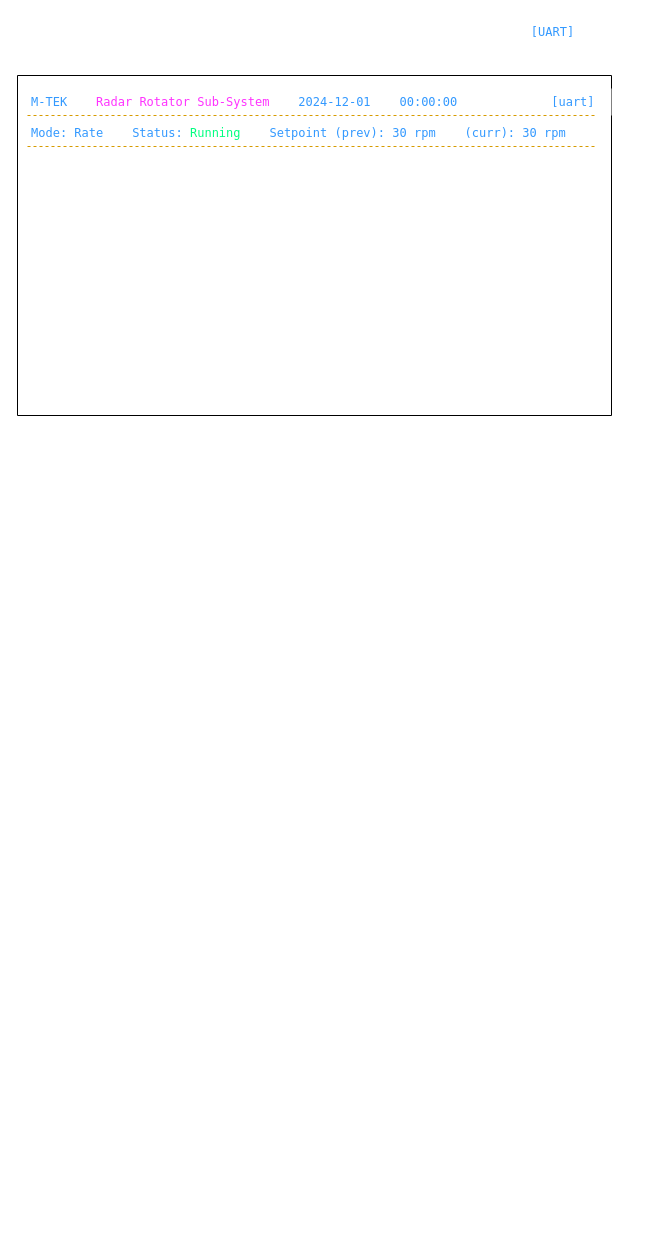
robertholm73/software_design keeps this draw.io diagram as rcu_sw/ui-designs/uart-ui.drawio. Above is the earlier version. Source tidied: cells renumbered, new cells numbered last; positions are measured from the earlier drawing's top-left corner, leaving out a move shared by most shapes. Both pictures are drawn from the tidied source at 100%, with x=0, y=0 at pixel (17, 17).
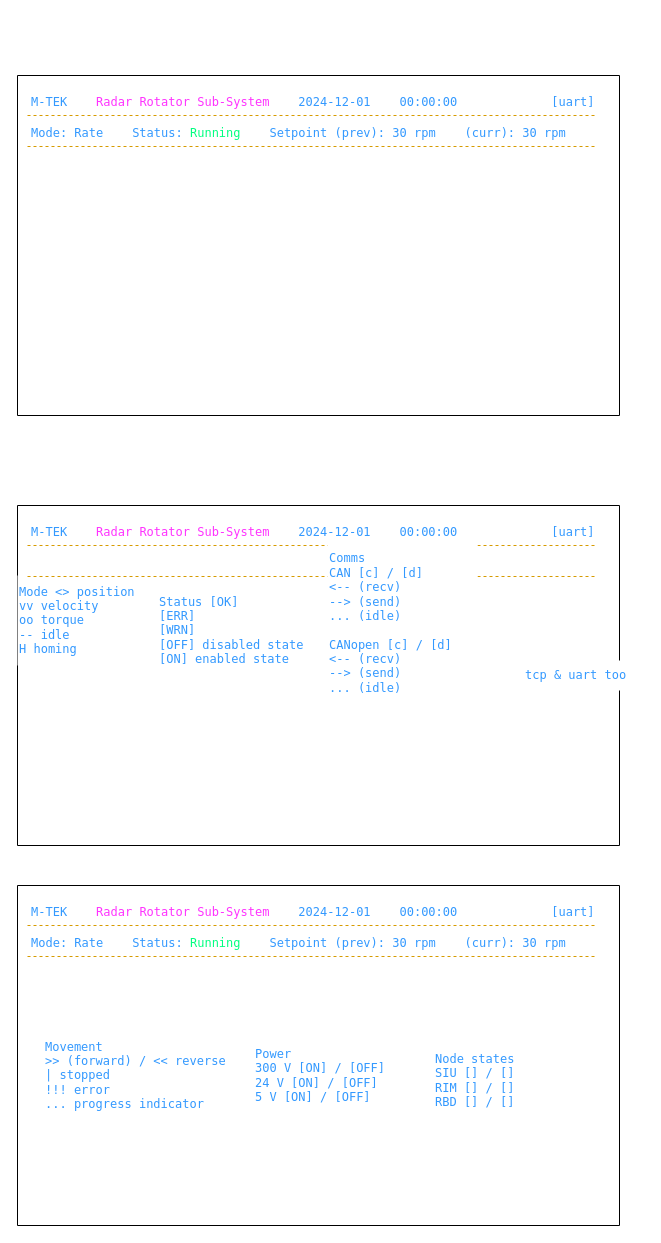
The same diagram, later.

The edit, as a diff of the source:
```diff
@@
     <mxCell id="2" style="swimlane;startSize=0;" parent="1" vertex="1">
-      <mxGeometry y="58" width="594" height="340" as="geometry" />
+      <mxGeometry y="58" width="602" height="340" as="geometry" />
     </mxCell>
@@
-    <mxCell id="5" value="&lt;font color=&quot;#3399ff&quot; face=&quot;Lucida Console&quot;&gt;Mode: Rate&amp;nbsp; &amp;nbsp; Status:&amp;nbsp;&lt;/font&gt;&lt;font color=&quot;#00ff80&quot; face=&quot;Lucida Console&quot;&gt;Running&amp;nbsp; &amp;nbsp; &lt;/font&gt;&lt;span style=&quot;color: rgb(51, 153, 255); font-family: &amp;quot;Lucida Console&amp;quot;;&quot;&gt;Setpoint (prev): 30 rpm&amp;nbsp; &amp;nbsp; (curr): 30 rpm&lt;/span&gt;&lt;font color=&quot;#ff33ff&quot; face=&quot;Lucida Console&quot;&gt;&amp;nbsp;&amp;nbsp;&lt;/font&gt;" style="text;html=1;align=left;verticalAlign=middle;strokeColor=none;fillColor=default;" parent="2" vertex="1">
-      <mxGeometry x="12" y="44" width="568" height="27" as="geometry" />
+    <mxCell id="5" value="&lt;font color=&quot;#3399ff&quot; face=&quot;Lucida Console&quot;&gt;Mode: Rate&amp;nbsp; &amp;nbsp; Status:&amp;nbsp;&lt;/font&gt;&lt;font color=&quot;#00ff80&quot; face=&quot;Lucida Console&quot;&gt;Running&amp;nbsp; &amp;nbsp; &lt;/font&gt;&lt;span style=&quot;color: rgb(51, 153, 255); font-family: &amp;quot;Lucida Console&amp;quot;;&quot;&gt;Setpoint (prev): 30 rpm&amp;nbsp; &amp;nbsp; (curr): 30 rpm&lt;/span&gt;&lt;font color=&quot;#ff33ff&quot; face=&quot;Lucida Console&quot;&gt;&amp;nbsp;&lt;/font&gt;" style="text;html=1;align=left;verticalAlign=middle;strokeColor=none;fillColor=default;" parent="2" vertex="1">
+      <mxGeometry x="12" y="43" width="570" height="30" as="geometry" />
     </mxCell>
@@
-    <mxCell id="7" value="&lt;font color=&quot;#3399ff&quot; face=&quot;Lucida Console&quot;&gt;[UART]&lt;/font&gt;" style="text;html=1;align=center;verticalAlign=middle;strokeColor=none;fillColor=default;" parent="1" vertex="1">
-      <mxGeometry x="500" width="70" height="30" as="geometry" />
-    </mxCell>
+    <mxCell id="8" style="swimlane;startSize=0;" parent="1" vertex="1">
+      <mxGeometry y="488" width="602" height="340" as="geometry" />
+    </mxCell>
+    <mxCell id="9" value="&lt;font color=&quot;#3399ff&quot; face=&quot;Lucida Console&quot;&gt;M-TEK&amp;nbsp; &amp;nbsp; &lt;/font&gt;&lt;font color=&quot;#ff33ff&quot; face=&quot;Lucida Console&quot;&gt;Radar Rotator Sub-System&amp;nbsp; &amp;nbsp;&amp;nbsp;&lt;/font&gt;&lt;span style=&quot;color: rgb(51, 153, 255); font-family: &amp;quot;Lucida Console&amp;quot;;&quot;&gt;2024-12-01&amp;nbsp; &amp;nbsp; 00:00:00&lt;/span&gt;&lt;font color=&quot;#ff33ff&quot; face=&quot;Lucida Console&quot;&gt;&amp;nbsp; &amp;nbsp; &amp;nbsp; &amp;nbsp; &amp;nbsp; &amp;nbsp; &amp;nbsp;&lt;/font&gt;&lt;span style=&quot;color: rgb(51, 153, 255); font-family: &amp;quot;Lucida Console&amp;quot;;&quot;&gt;[uart]&lt;/span&gt;" style="text;html=1;align=left;verticalAlign=middle;strokeColor=none;fillColor=default;" parent="8" vertex="1">
+      <mxGeometry x="12" y="13" width="582" height="27" as="geometry" />
+    </mxCell>
+    <mxCell id="10" style="endArrow=none;dashed=1;html=1;rounded=0;strokeColor=#d79b00;fillColor=#ffe6cc;" parent="8" edge="1">
+      <mxGeometry relative="1" as="geometry">
+        <mxPoint x="10" y="40" as="sourcePoint" />
+        <mxPoint x="580" y="40" as="targetPoint" />
+      </mxGeometry>
+    </mxCell>
+    <mxCell id="11" value="&lt;font color=&quot;#3399ff&quot; face=&quot;Lucida Console&quot;&gt;Mode &amp;lt;&amp;gt; position&lt;/font&gt;&lt;div&gt;&lt;font color=&quot;#3399ff&quot; face=&quot;Lucida Console&quot;&gt;vv velocity&lt;/font&gt;&lt;/div&gt;&lt;div&gt;&lt;font color=&quot;#3399ff&quot; face=&quot;Lucida Console&quot;&gt;oo torque&lt;/font&gt;&lt;/div&gt;&lt;div&gt;&lt;font color=&quot;#3399ff&quot; face=&quot;Lucida Console&quot;&gt;-- idle&lt;/font&gt;&lt;/div&gt;&lt;div&gt;&lt;font color=&quot;#3399ff&quot; face=&quot;Lucida Console&quot;&gt;H homing&lt;/font&gt;&lt;/div&gt;" style="text;html=1;align=left;verticalAlign=middle;strokeColor=none;fillColor=default;" parent="8" vertex="1">
+      <mxGeometry y="70" width="140" height="90" as="geometry" />
+    </mxCell>
+    <mxCell id="12" style="endArrow=none;dashed=1;html=1;rounded=0;strokeColor=#d79b00;fillColor=#ffe6cc;" parent="8" edge="1">
+      <mxGeometry relative="1" as="geometry">
+        <mxPoint x="10" y="71" as="sourcePoint" />
+        <mxPoint x="580" y="71" as="targetPoint" />
+      </mxGeometry>
+    </mxCell>
+    <mxCell id="13" value="&lt;font color=&quot;#3399ff&quot; face=&quot;Lucida Console&quot;&gt;Status [OK]&amp;nbsp;&lt;/font&gt;&lt;div&gt;&lt;font color=&quot;#3399ff&quot; face=&quot;Lucida Console&quot;&gt;[ERR]&amp;nbsp;&lt;/font&gt;&lt;/div&gt;&lt;div&gt;&lt;font color=&quot;#3399ff&quot; face=&quot;Lucida Console&quot;&gt;[WRN]&lt;/font&gt;&lt;/div&gt;&lt;div&gt;&lt;font color=&quot;#3399ff&quot; face=&quot;Lucida Console&quot;&gt;[OFF] disabled state&lt;/font&gt;&lt;/div&gt;&lt;div&gt;&lt;font color=&quot;#3399ff&quot; face=&quot;Lucida Console&quot;&gt;[ON] enabled state&lt;/font&gt;&lt;/div&gt;" style="text;html=1;align=left;verticalAlign=middle;strokeColor=none;fillColor=default;" parent="8" vertex="1">
+      <mxGeometry x="140" y="80" width="170" height="90" as="geometry" />
+    </mxCell>
+    <mxCell id="14" value="&lt;font color=&quot;#3399ff&quot; face=&quot;Lucida Console&quot;&gt;Comms&amp;nbsp;&amp;nbsp;&lt;/font&gt;&lt;div&gt;&lt;font color=&quot;#3399ff&quot; face=&quot;Lucida Console&quot;&gt;CAN [c] / [d]&amp;nbsp;&lt;/font&gt;&lt;/div&gt;&lt;div&gt;&lt;font color=&quot;#3399ff&quot; face=&quot;Lucida Console&quot;&gt;&amp;lt;-- (recv)&lt;/font&gt;&lt;/div&gt;&lt;div&gt;&lt;font color=&quot;#3399ff&quot; face=&quot;Lucida Console&quot;&gt;--&amp;gt; (send)&lt;/font&gt;&lt;/div&gt;&lt;div&gt;&lt;font color=&quot;#3399ff&quot; face=&quot;Lucida Console&quot;&gt;... (idle)&lt;/font&gt;&lt;/div&gt;&lt;div&gt;&lt;font color=&quot;#3399ff&quot; face=&quot;Lucida Console&quot;&gt;&lt;br&gt;&lt;/font&gt;&lt;/div&gt;&lt;div&gt;&lt;font color=&quot;#3399ff&quot; face=&quot;Lucida Console&quot;&gt;CANopen [c] / [d]&lt;/font&gt;&lt;/div&gt;&lt;div&gt;&lt;div&gt;&lt;font color=&quot;#3399ff&quot; face=&quot;Lucida Console&quot;&gt;&amp;lt;-- (recv)&lt;/font&gt;&lt;/div&gt;&lt;div&gt;&lt;font color=&quot;#3399ff&quot; face=&quot;Lucida Console&quot;&gt;--&amp;gt; (send)&lt;/font&gt;&lt;/div&gt;&lt;div&gt;&lt;font color=&quot;#3399ff&quot; face=&quot;Lucida Console&quot;&gt;... (idle)&lt;/font&gt;&lt;/div&gt;&lt;/div&gt;&lt;div&gt;&lt;font color=&quot;#3399ff&quot; face=&quot;Lucida Console&quot;&gt;&lt;br&gt;&lt;/font&gt;&lt;/div&gt;" style="text;html=1;align=left;verticalAlign=middle;strokeColor=none;fillColor=default;" parent="8" vertex="1">
+      <mxGeometry x="310" y="35" width="150" height="180" as="geometry" />
+    </mxCell>
+    <mxCell id="15" value="&lt;div&gt;&lt;font color=&quot;#3399ff&quot; face=&quot;Lucida Console&quot;&gt;tcp &amp;amp; uart too&lt;/font&gt;&lt;/div&gt;" style="text;html=1;align=left;verticalAlign=middle;strokeColor=none;fillColor=default;" parent="1" vertex="1">
+      <mxGeometry x="506" y="643" width="120" height="30" as="geometry" />
+    </mxCell>
+    <mxCell id="16" style="swimlane;startSize=0;" parent="1" vertex="1">
+      <mxGeometry y="868" width="602" height="340" as="geometry" />
+    </mxCell>
+    <mxCell id="17" value="&lt;font color=&quot;#3399ff&quot; face=&quot;Lucida Console&quot;&gt;M-TEK&amp;nbsp; &amp;nbsp; &lt;/font&gt;&lt;font color=&quot;#ff33ff&quot; face=&quot;Lucida Console&quot;&gt;Radar Rotator Sub-System&amp;nbsp; &amp;nbsp;&amp;nbsp;&lt;/font&gt;&lt;span style=&quot;color: rgb(51, 153, 255); font-family: &amp;quot;Lucida Console&amp;quot;;&quot;&gt;2024-12-01&amp;nbsp; &amp;nbsp; 00:00:00&lt;/span&gt;&lt;font color=&quot;#ff33ff&quot; face=&quot;Lucida Console&quot;&gt;&amp;nbsp; &amp;nbsp; &amp;nbsp; &amp;nbsp; &amp;nbsp; &amp;nbsp; &amp;nbsp;&lt;/font&gt;&lt;span style=&quot;color: rgb(51, 153, 255); font-family: &amp;quot;Lucida Console&amp;quot;;&quot;&gt;[uart]&lt;/span&gt;" style="text;html=1;align=left;verticalAlign=middle;strokeColor=none;fillColor=default;" parent="16" vertex="1">
+      <mxGeometry x="12" y="13" width="582" height="27" as="geometry" />
+    </mxCell>
+    <mxCell id="18" style="endArrow=none;dashed=1;html=1;rounded=0;strokeColor=#d79b00;fillColor=#ffe6cc;" parent="16" edge="1">
+      <mxGeometry relative="1" as="geometry">
+        <mxPoint x="10" y="40" as="sourcePoint" />
+        <mxPoint x="580" y="40" as="targetPoint" />
+      </mxGeometry>
+    </mxCell>
+    <mxCell id="19" value="&lt;font color=&quot;#3399ff&quot; face=&quot;Lucida Console&quot;&gt;Mode: Rate&amp;nbsp; &amp;nbsp; Status:&amp;nbsp;&lt;/font&gt;&lt;font color=&quot;#00ff80&quot; face=&quot;Lucida Console&quot;&gt;Running&amp;nbsp; &amp;nbsp; &lt;/font&gt;&lt;span style=&quot;color: rgb(51, 153, 255); font-family: &amp;quot;Lucida Console&amp;quot;;&quot;&gt;Setpoint (prev): 30 rpm&amp;nbsp; &amp;nbsp; (curr): 30 rpm&lt;/span&gt;&lt;font color=&quot;#ff33ff&quot; face=&quot;Lucida Console&quot;&gt;&amp;nbsp;&lt;/font&gt;" style="text;html=1;align=left;verticalAlign=middle;strokeColor=none;fillColor=default;" parent="16" vertex="1">
+      <mxGeometry x="12" y="43" width="570" height="30" as="geometry" />
+    </mxCell>
+    <mxCell id="20" style="endArrow=none;dashed=1;html=1;rounded=0;strokeColor=#d79b00;fillColor=#ffe6cc;" parent="16" edge="1">
+      <mxGeometry relative="1" as="geometry">
+        <mxPoint x="10" y="71" as="sourcePoint" />
+        <mxPoint x="580" y="71" as="targetPoint" />
+      </mxGeometry>
+    </mxCell>
+    <mxCell id="21" value="&lt;div&gt;&lt;font color=&quot;#3399ff&quot; face=&quot;Lucida Console&quot;&gt;Movement&lt;/font&gt;&lt;/div&gt;&lt;div&gt;&lt;font color=&quot;#3399ff&quot; face=&quot;Lucida Console&quot;&gt;&amp;gt;&amp;gt; (forward) / &amp;lt;&amp;lt; reverse&lt;/font&gt;&lt;/div&gt;&lt;div&gt;&lt;font color=&quot;#3399ff&quot; face=&quot;Lucida Console&quot;&gt;| stopped&lt;/font&gt;&lt;/div&gt;&lt;div&gt;&lt;font color=&quot;#3399ff&quot; face=&quot;Lucida Console&quot;&gt;!!! error&lt;/font&gt;&lt;/div&gt;&lt;div&gt;&lt;font color=&quot;#3399ff&quot; face=&quot;Lucida Console&quot;&gt;... progress indicator&lt;/font&gt;&lt;/div&gt;" style="text;html=1;align=left;verticalAlign=middle;strokeColor=none;fillColor=default;" parent="16" vertex="1">
+      <mxGeometry x="26" y="145" width="200" height="90" as="geometry" />
+    </mxCell>
+    <mxCell id="22" value="&lt;div&gt;&lt;font face=&quot;Lucida Console&quot; color=&quot;#3399ff&quot;&gt;Power&lt;/font&gt;&lt;/div&gt;&lt;div&gt;&lt;font face=&quot;Lucida Console&quot; color=&quot;#3399ff&quot;&gt;300 V [ON] / [OFF]&lt;/font&gt;&lt;/div&gt;&lt;div&gt;&lt;span style=&quot;color: rgb(51, 153, 255); font-family: &amp;quot;Lucida Console&amp;quot;;&quot;&gt;24 V [ON] / [OFF]&lt;/span&gt;&lt;font face=&quot;Lucida Console&quot; color=&quot;#3399ff&quot;&gt;&lt;/font&gt;&lt;/div&gt;&lt;div&gt;&lt;span style=&quot;color: rgb(51, 153, 255); font-family: &amp;quot;Lucida Console&amp;quot;;&quot;&gt;5 V [ON] / [OFF]&lt;/span&gt;&lt;span style=&quot;color: rgb(51, 153, 255); font-family: &amp;quot;Lucida Console&amp;quot;;&quot;&gt;&lt;/span&gt;&lt;/div&gt;" style="text;html=1;align=left;verticalAlign=middle;strokeColor=none;fillColor=default;" parent="16" vertex="1">
+      <mxGeometry x="236" y="150" width="150" height="80" as="geometry" />
+    </mxCell>
+    <mxCell id="23" value="&lt;div&gt;&lt;font face=&quot;Lucida Console&quot; color=&quot;#3399ff&quot;&gt;Node states&lt;/font&gt;&lt;/div&gt;&lt;div&gt;&lt;font face=&quot;Lucida Console&quot; color=&quot;#3399ff&quot;&gt;SIU [] / []&lt;/font&gt;&lt;/div&gt;&lt;div&gt;&lt;font face=&quot;Lucida Console&quot; color=&quot;#3399ff&quot;&gt;RIM [] / []&lt;/font&gt;&lt;/div&gt;&lt;div&gt;&lt;font face=&quot;Lucida Console&quot; color=&quot;#3399ff&quot;&gt;RBD [] / []&lt;/font&gt;&lt;/div&gt;" style="text;html=1;align=left;verticalAlign=middle;strokeColor=none;fillColor=default;" parent="16" vertex="1">
+      <mxGeometry x="416" y="155" width="100" height="80" as="geometry" />
+    </mxCell>
```
